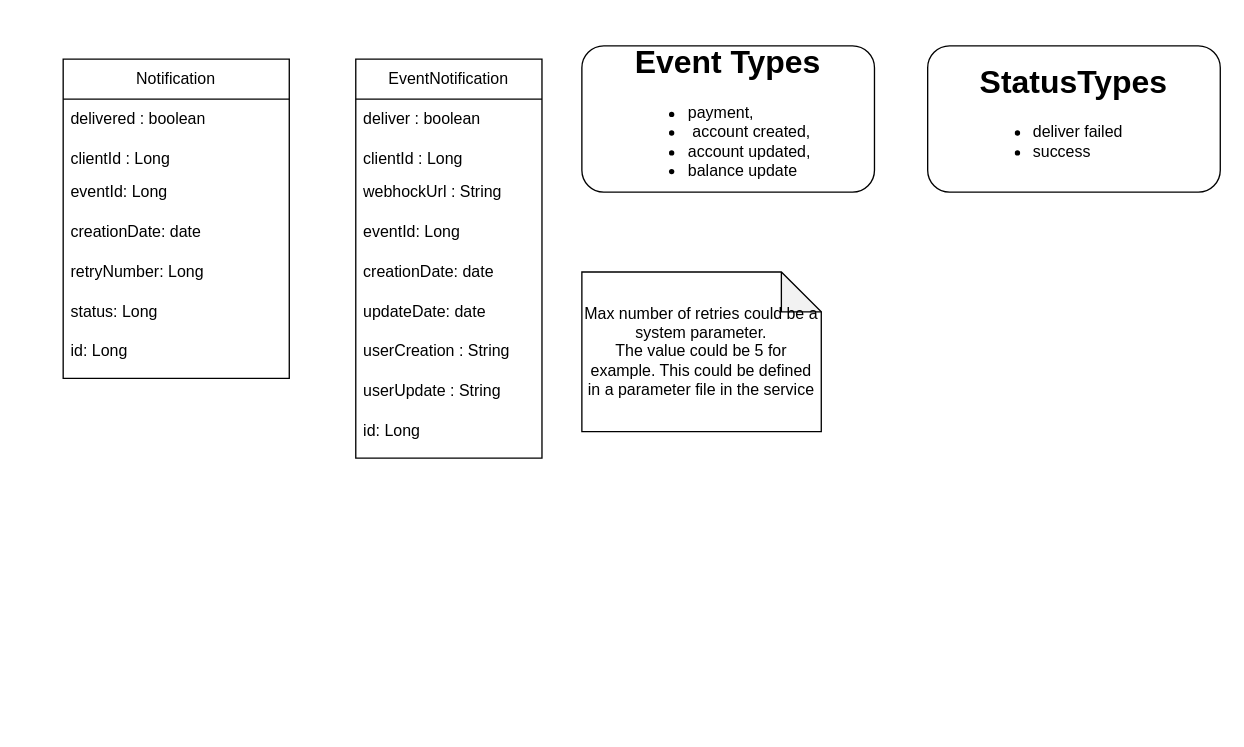
This is page "model" (1 of 3) of notifications-api-v2.drawio from dalejandroba/hello-world, a draw.io file, before an edit. Source tidied: cells renumbered, new cells numbered last; positions are measured from the earlier drawing's top-left corner, leaving out a move shared by most shapes. Both pictures are drawn from the tidied source at 133%, with x=0, y=0 at pixel (63, 45).
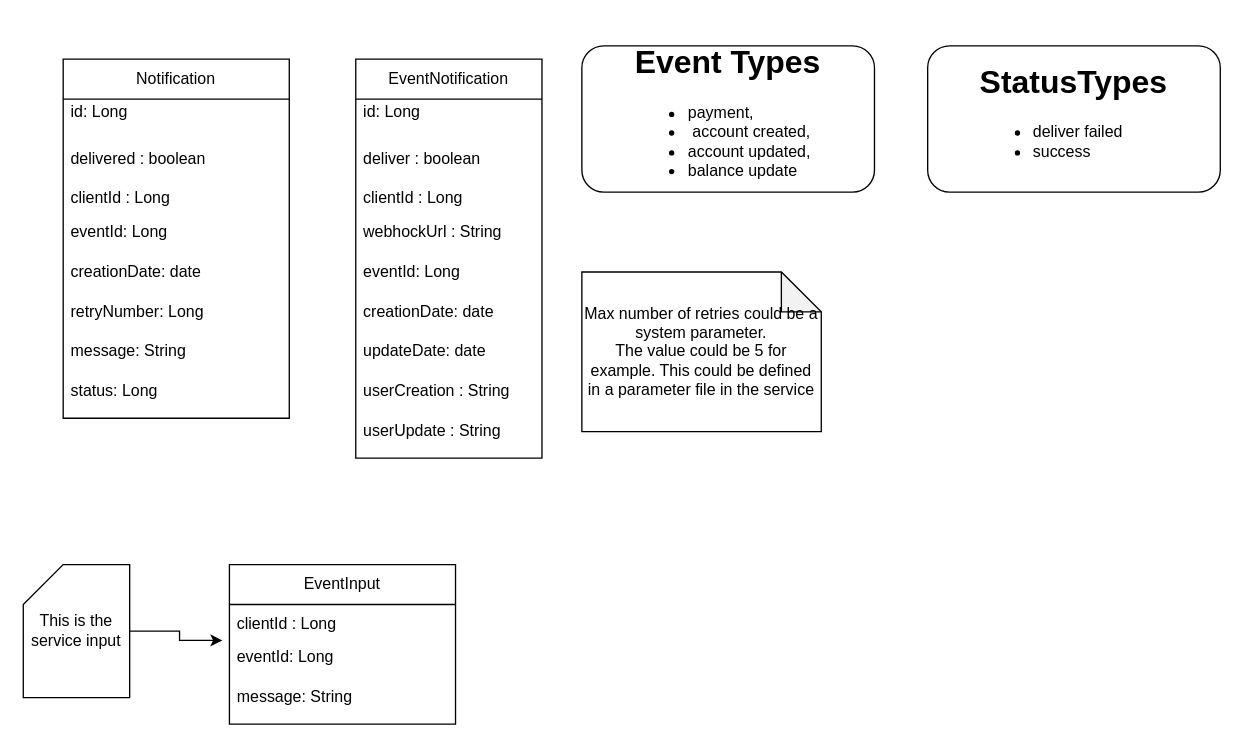
The same page after the edit.

Unchanged cells that the change refers to:
```xml
<mxCell id="2" value="EventNotification" style="swimlane;fontStyle=0;horizontal=1;startSize=30;whiteSpace=wrap;html=1;" parent="1" vertex="1">
  <mxGeometry x="220" y="10" width="140" height="300" as="geometry" />
</mxCell>
```

Change to the diagram source:
```diff
@@
+    <mxCell id="11" value="id: Long&lt;div&gt;&lt;br&gt;&lt;/div&gt;" style="text;strokeColor=none;fillColor=none;align=left;verticalAlign=middle;spacingLeft=4;spacingRight=4;overflow=hidden;whiteSpace=wrap;html=1;" parent="2" vertex="1">
+      <mxGeometry y="30" width="140" height="30" as="geometry" />
+    </mxCell>
     <mxCell id="3" value="deliver : boolean" style="text;strokeColor=none;fillColor=none;align=left;verticalAlign=middle;spacingLeft=4;spacingRight=4;overflow=hidden;whiteSpace=wrap;html=1;" parent="2" vertex="1">
-      <mxGeometry y="30" width="140" height="30" as="geometry" />
+      <mxGeometry y="60" width="140" height="30" as="geometry" />
     </mxCell>
     <mxCell id="4" value="clientId : Long" style="text;strokeColor=none;fillColor=none;align=left;verticalAlign=middle;spacingLeft=4;spacingRight=4;overflow=hidden;whiteSpace=wrap;html=1;" parent="2" vertex="1">
-      <mxGeometry y="60" width="140" height="30" as="geometry" />
+      <mxGeometry y="90" width="140" height="30" as="geometry" />
     </mxCell>
     <mxCell id="5" value="webhockUrl : String&lt;div&gt;&lt;br&gt;&lt;/div&gt;" style="text;strokeColor=none;fillColor=none;align=left;verticalAlign=middle;spacingLeft=4;spacingRight=4;overflow=hidden;whiteSpace=wrap;html=1;" parent="2" vertex="1">
-      <mxGeometry y="90" width="140" height="30" as="geometry" />
+      <mxGeometry y="120" width="140" height="30" as="geometry" />
     </mxCell>
     <mxCell id="6" value="eventId: Long&lt;div&gt;&lt;br&gt;&lt;/div&gt;" style="text;strokeColor=none;fillColor=none;align=left;verticalAlign=middle;spacingLeft=4;spacingRight=4;overflow=hidden;whiteSpace=wrap;html=1;" parent="2" vertex="1">
-      <mxGeometry y="120" width="140" height="30" as="geometry" />
+      <mxGeometry y="150" width="140" height="30" as="geometry" />
     </mxCell>
     <mxCell id="7" value="creationDate: date&lt;div&gt;&lt;br&gt;&lt;/div&gt;" style="text;strokeColor=none;fillColor=none;align=left;verticalAlign=middle;spacingLeft=4;spacingRight=4;overflow=hidden;whiteSpace=wrap;html=1;" parent="2" vertex="1">
-      <mxGeometry y="150" width="140" height="30" as="geometry" />
+      <mxGeometry y="180" width="140" height="30" as="geometry" />
     </mxCell>
     <mxCell id="8" value="updateDate: date&lt;div&gt;&lt;br&gt;&lt;/div&gt;" style="text;strokeColor=none;fillColor=none;align=left;verticalAlign=middle;spacingLeft=4;spacingRight=4;overflow=hidden;whiteSpace=wrap;html=1;" parent="2" vertex="1">
-      <mxGeometry y="180" width="140" height="30" as="geometry" />
+      <mxGeometry y="210" width="140" height="30" as="geometry" />
     </mxCell>
     <mxCell id="9" value="userCreation : String&lt;div&gt;&lt;br&gt;&lt;/div&gt;" style="text;strokeColor=none;fillColor=none;align=left;verticalAlign=middle;spacingLeft=4;spacingRight=4;overflow=hidden;whiteSpace=wrap;html=1;" parent="2" vertex="1">
-      <mxGeometry y="210" width="140" height="30" as="geometry" />
+      <mxGeometry y="240" width="140" height="30" as="geometry" />
     </mxCell>
     <mxCell id="10" value="userUpdate : String&lt;div&gt;&lt;br&gt;&lt;/div&gt;" style="text;strokeColor=none;fillColor=none;align=left;verticalAlign=middle;spacingLeft=4;spacingRight=4;overflow=hidden;whiteSpace=wrap;html=1;" parent="2" vertex="1">
-      <mxGeometry y="240" width="140" height="30" as="geometry" />
+      <mxGeometry y="270" width="140" height="30" as="geometry" />
     </mxCell>
-    <mxCell id="11" value="id: Long&lt;div&gt;&lt;br&gt;&lt;/div&gt;" style="text;strokeColor=none;fillColor=none;align=left;verticalAlign=middle;spacingLeft=4;spacingRight=4;overflow=hidden;whiteSpace=wrap;html=1;" parent="2" vertex="1">
-      <mxGeometry y="270" width="140" height="30" as="geometry" />
-    </mxCell>
@@
     <mxCell id="13" value="Notification" style="swimlane;fontStyle=0;horizontal=1;startSize=30;whiteSpace=wrap;html=1;" parent="1" vertex="1">
-      <mxGeometry y="10" width="170" height="240" as="geometry" />
+      <mxGeometry y="10" width="170" height="270" as="geometry" />
     </mxCell>
+    <mxCell id="20" value="id: Long&lt;div&gt;&lt;br&gt;&lt;/div&gt;" style="text;strokeColor=none;fillColor=none;align=left;verticalAlign=middle;spacingLeft=4;spacingRight=4;overflow=hidden;whiteSpace=wrap;html=1;" parent="13" vertex="1">
+      <mxGeometry y="30" width="170" height="30" as="geometry" />
+    </mxCell>
     <mxCell id="14" value="delivered : boolean" style="text;strokeColor=none;fillColor=none;align=left;verticalAlign=middle;spacingLeft=4;spacingRight=4;overflow=hidden;whiteSpace=wrap;html=1;" parent="13" vertex="1">
-      <mxGeometry y="30" width="170" height="30" as="geometry" />
+      <mxGeometry y="60" width="170" height="30" as="geometry" />
     </mxCell>
     <mxCell id="15" value="clientId : Long" style="text;strokeColor=none;fillColor=none;align=left;verticalAlign=middle;spacingLeft=4;spacingRight=4;overflow=hidden;whiteSpace=wrap;html=1;" parent="13" vertex="1">
-      <mxGeometry y="60" width="170" height="30" as="geometry" />
+      <mxGeometry y="90" width="170" height="30" as="geometry" />
     </mxCell>
     <mxCell id="16" value="eventId: Long&lt;div&gt;&lt;br&gt;&lt;/div&gt;" style="text;strokeColor=none;fillColor=none;align=left;verticalAlign=middle;spacingLeft=4;spacingRight=4;overflow=hidden;whiteSpace=wrap;html=1;" parent="13" vertex="1">
-      <mxGeometry y="90" width="170" height="30" as="geometry" />
+      <mxGeometry y="120" width="170" height="30" as="geometry" />
     </mxCell>
     <mxCell id="17" value="creationDate: date&lt;div&gt;&lt;br&gt;&lt;/div&gt;" style="text;strokeColor=none;fillColor=none;align=left;verticalAlign=middle;spacingLeft=4;spacingRight=4;overflow=hidden;whiteSpace=wrap;html=1;" parent="13" vertex="1">
-      <mxGeometry y="120" width="170" height="30" as="geometry" />
+      <mxGeometry y="150" width="170" height="30" as="geometry" />
     </mxCell>
     <mxCell id="18" value="retryNumber: Long&lt;div&gt;&lt;br&gt;&lt;/div&gt;" style="text;strokeColor=none;fillColor=none;align=left;verticalAlign=middle;spacingLeft=4;spacingRight=4;overflow=hidden;whiteSpace=wrap;html=1;" parent="13" vertex="1">
-      <mxGeometry y="150" width="170" height="30" as="geometry" />
+      <mxGeometry y="180" width="170" height="30" as="geometry" />
     </mxCell>
+    <mxCell id="23" value="message: String&lt;div&gt;&lt;br&gt;&lt;/div&gt;" style="text;strokeColor=none;fillColor=none;align=left;verticalAlign=middle;spacingLeft=4;spacingRight=4;overflow=hidden;whiteSpace=wrap;html=1;" parent="13" vertex="1">
+      <mxGeometry y="210" width="170" height="30" as="geometry" />
+    </mxCell>
     <mxCell id="19" value="status: Long&lt;div&gt;&lt;br&gt;&lt;/div&gt;" style="text;strokeColor=none;fillColor=none;align=left;verticalAlign=middle;spacingLeft=4;spacingRight=4;overflow=hidden;whiteSpace=wrap;html=1;" parent="13" vertex="1">
-      <mxGeometry y="180" width="170" height="30" as="geometry" />
+      <mxGeometry y="240" width="170" height="30" as="geometry" />
     </mxCell>
-    <mxCell id="20" value="id: Long&lt;div&gt;&lt;br&gt;&lt;/div&gt;" style="text;strokeColor=none;fillColor=none;align=left;verticalAlign=middle;spacingLeft=4;spacingRight=4;overflow=hidden;whiteSpace=wrap;html=1;" parent="13" vertex="1">
-      <mxGeometry y="210" width="170" height="30" as="geometry" />
-    </mxCell>
@@
+    <mxCell id="24" value="EventInput" style="swimlane;fontStyle=0;horizontal=1;startSize=30;whiteSpace=wrap;html=1;" parent="1" vertex="1">
+      <mxGeometry x="125" y="390" width="170" height="120" as="geometry" />
+    </mxCell>
+    <mxCell id="25" value="clientId : Long" style="text;strokeColor=none;fillColor=none;align=left;verticalAlign=middle;spacingLeft=4;spacingRight=4;overflow=hidden;whiteSpace=wrap;html=1;" parent="24" vertex="1">
+      <mxGeometry y="30" width="170" height="30" as="geometry" />
+    </mxCell>
+    <mxCell id="26" value="eventId: Long&lt;div&gt;&lt;br&gt;&lt;/div&gt;" style="text;strokeColor=none;fillColor=none;align=left;verticalAlign=middle;spacingLeft=4;spacingRight=4;overflow=hidden;points=[[0,0.5],[1,0.5]];portConstraint=eastwest;whiteSpace=wrap;html=1;" parent="24" vertex="1">
+      <mxGeometry y="60" width="170" height="30" as="geometry" />
+    </mxCell>
+    <mxCell id="27" value="message: String&lt;div&gt;&lt;br&gt;&lt;/div&gt;" style="text;strokeColor=none;fillColor=none;align=left;verticalAlign=middle;spacingLeft=4;spacingRight=4;overflow=hidden;whiteSpace=wrap;html=1;" parent="24" vertex="1">
+      <mxGeometry y="90" width="170" height="30" as="geometry" />
+    </mxCell>
+    <mxCell id="28" value="This is the service input" style="shape=card;whiteSpace=wrap;html=1;" parent="1" vertex="1">
+      <mxGeometry x="-30" y="390" width="80" height="100" as="geometry" />
+    </mxCell>
+    <mxCell id="29" style="edgeStyle=orthogonalEdgeStyle;rounded=0;jettySize=auto;html=1;entryX=-0.031;entryY=-0.1;entryDx=0;entryDy=0;entryPerimeter=0;" parent="1" edge="1" source="28" target="26">
+      <mxGeometry relative="1" as="geometry" />
+    </mxCell>
```
